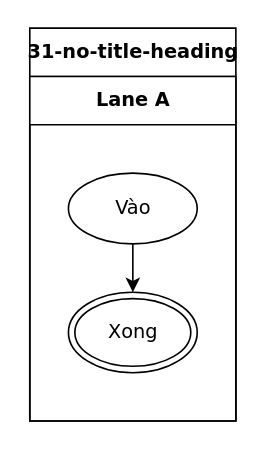
Earlier version of the draw.io diagram conformance/golden/cases/31-no-title-heading.drawio (luytbq/flowcast). Source tidied: cells renumbered, new cells numbered last; positions are measured from the earlier drawing's top-left corner, leaving out a move shared by most shapes. Both pictures are drawn from the tidied source at 161%, with x=0, y=0 at pixel (29, 27).
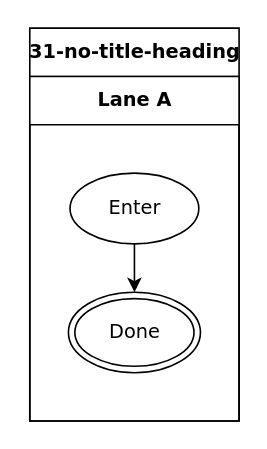
After the change.

Change to the diagram source:
```diff
@@
 <mxGraphModel>
   <root>
     <mxCell id="0" />
     <mxCell id="1" parent="0" />
     <mxCell id="2" value="31-no-title-heading" style="swimlane;html=1;startSize=30;fontStyle=1;fontFamily=Verdana;fontSize=12;flowtable=1;" parent="1" vertex="1">
-      <mxGeometry width="128" height="244" as="geometry" />
+      <mxGeometry width="130" height="244" as="geometry" />
     </mxCell>
     <mxCell id="3" value="Lane A" style="swimlane;html=1;startSize=30;fontFamily=Verdana;fontSize=12;flowtable=1;" parent="2" vertex="1">
-      <mxGeometry y="30" width="128" height="214" as="geometry" />
+      <mxGeometry y="30" width="130" height="214" as="geometry" />
     </mxCell>
-    <mxCell id="4" value="Vào" style="ellipse;html=1;fontFamily=Verdana;fontSize=12;flowtable=1;" parent="3" vertex="1">
-      <mxGeometry x="24" y="60" width="80" height="44" as="geometry" />
+    <mxCell id="4" value="Enter" style="ellipse;html=1;fontFamily=Verdana;fontSize=12;flowtable=1;" parent="3" vertex="1">
+      <mxGeometry x="25" y="60" width="80" height="44" as="geometry" />
     </mxCell>
-    <mxCell id="5" value="Xong" style="shape=doubleEllipse;html=1;fontFamily=Verdana;fontSize=12;flowtable=1;" parent="3" vertex="1">
-      <mxGeometry x="24" y="134" width="80" height="50" as="geometry" />
+    <mxCell id="5" value="Done" style="shape=doubleEllipse;html=1;fontFamily=Verdana;fontSize=12;flowtable=1;" parent="3" vertex="1">
+      <mxGeometry x="24" y="134" width="82" height="50" as="geometry" />
     </mxCell>
     <mxCell id="6" style="edgeStyle=orthogonalEdgeStyle;rounded=0;jettySize=auto;html=1;labelBackgroundColor=default;exitX=0.5;exitY=1;exitDx=0;exitDy=0;entryX=0.5;entryY=0;entryDx=0;entryDy=0;fontFamily=Verdana;fontSize=12;flowtable=1;" parent="2" edge="1" source="4" target="5">
       <mxGeometry relative="1" as="geometry" />
     </mxCell>
   </root>
 </mxGraphModel>
```
